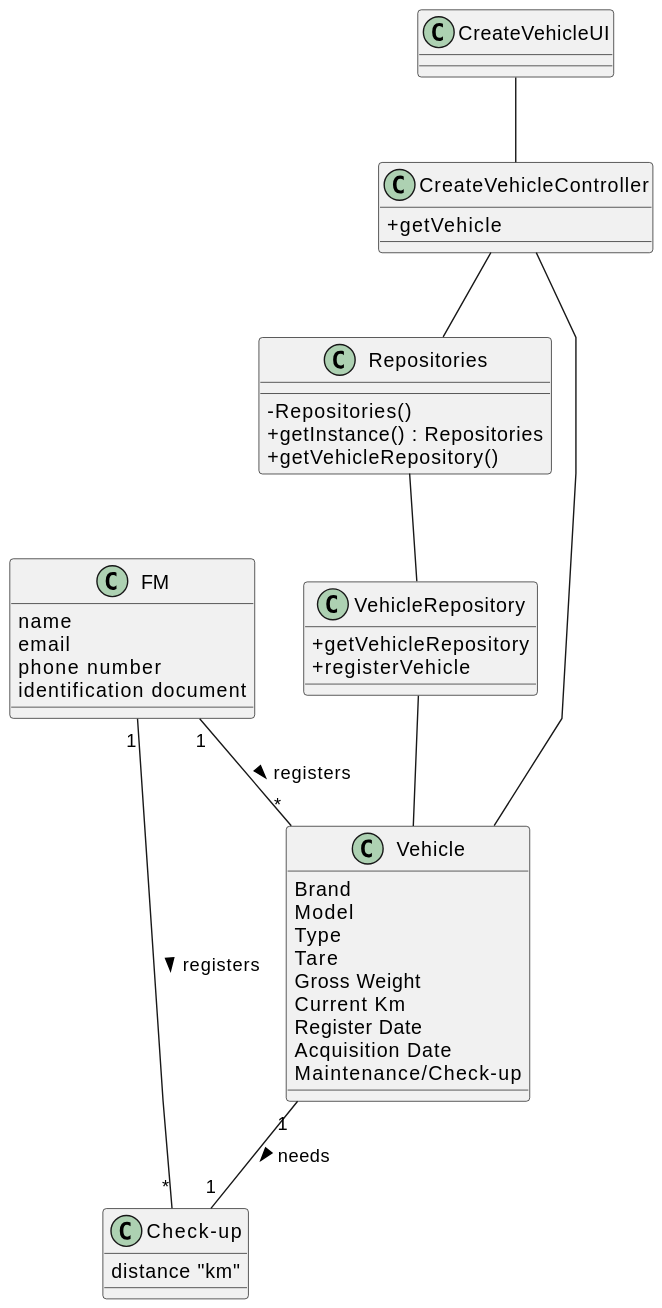
Earlier version of the PlantUML export docs/sprintC/us024/03.design/svg/us024-class-diagram.svg (Departamento-de-Engenharia-Informatica/lei-24-s2-1dl-g121). Source of this version:
```plantuml
@startuml
skinparam packageStyle rectangle
skinparam shadowing false
skinparam linetype polyline

skinparam classAttributeIconSize 0


class VehicleRepository{
    +getVehicleRepository
    +registerVehicle
}

class CreateVehicleUI{

}

class Repositories {
    - Repositories()
    + getInstance() : Repositories
    + getVehicleRepository()
}

class CreateVehicleController{
    +getVehicle

}

class FM{
    name
    email
    phone number
    identification document
}


class Vehicle{
    Brand
    Model
    Type
    Tare
    Gross Weight
    Current Km
    Register Date
    Acquisition Date
    Maintenance/Check-up
}

class Check-up{
    distance "km"
}

CreateVehicleUI -- CreateVehicleController
Repositories -- VehicleRepository
CreateVehicleController -- Repositories
VehicleRepository -- Vehicle
CreateVehicleController -- Vehicle
FM "1" -- "*" Vehicle : registers >
FM "1" -- "*" "Check-up" : registers >
Vehicle "1" -- "1" "Check-up" : needs >
@enduml
```
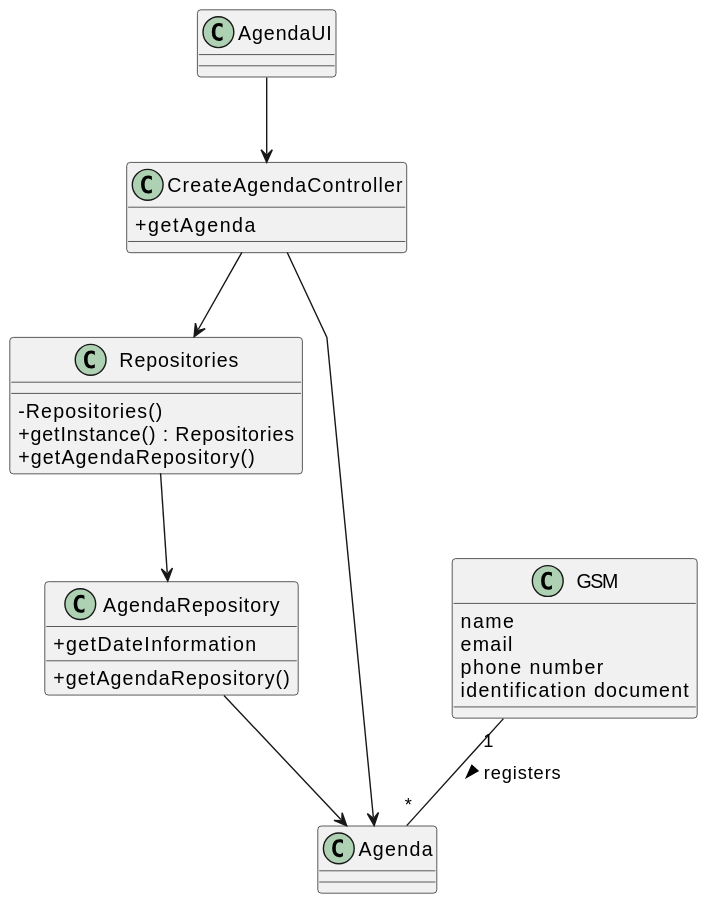
After the change.

What changed in the source:
```diff
@@ -6,27 +6,27 @@
 skinparam classAttributeIconSize 0
 
 
-class VehicleRepository{
-    +getVehicleRepository
-    +registerVehicle
+class AgendaRepository{
+    +getDateInformation
+    +getAgendaRepository()
 }
 
-class CreateVehicleUI{
+class AgendaUI{
 
 }
 
 class Repositories {
     - Repositories()
     + getInstance() : Repositories
-    + getVehicleRepository()
+    + getAgendaRepository()
 }
 
-class CreateVehicleController{
-    +getVehicle
+class CreateAgendaController{
+    +getAgenda
 
 }
 
-class FM{
+class GSM{
     name
     email
     phone number
@@ -34,28 +34,16 @@
 }
 
 
-class Vehicle{
-    Brand
-    Model
-    Type
-    Tare
-    Gross Weight
-    Current Km
-    Register Date
-    Acquisition Date
-    Maintenance/Check-up
+class Agenda{
+
 }
 
-class Check-up{
-    distance "km"
-}
 
-CreateVehicleUI -- CreateVehicleController
-Repositories -- VehicleRepository
-CreateVehicleController -- Repositories
-VehicleRepository -- Vehicle
-CreateVehicleController -- Vehicle
-FM "1" -- "*" Vehicle : registers >
-FM "1" -- "*" "Check-up" : registers >
-Vehicle "1" -- "1" "Check-up" : needs >
+
+AgendaUI --> CreateAgendaController
+Repositories --> AgendaRepository
+CreateAgendaController --> Repositories
+AgendaRepository --> Agenda
+CreateAgendaController --> Agenda
+GSM "1" -- "*" Agenda : registers >
 @enduml
```
